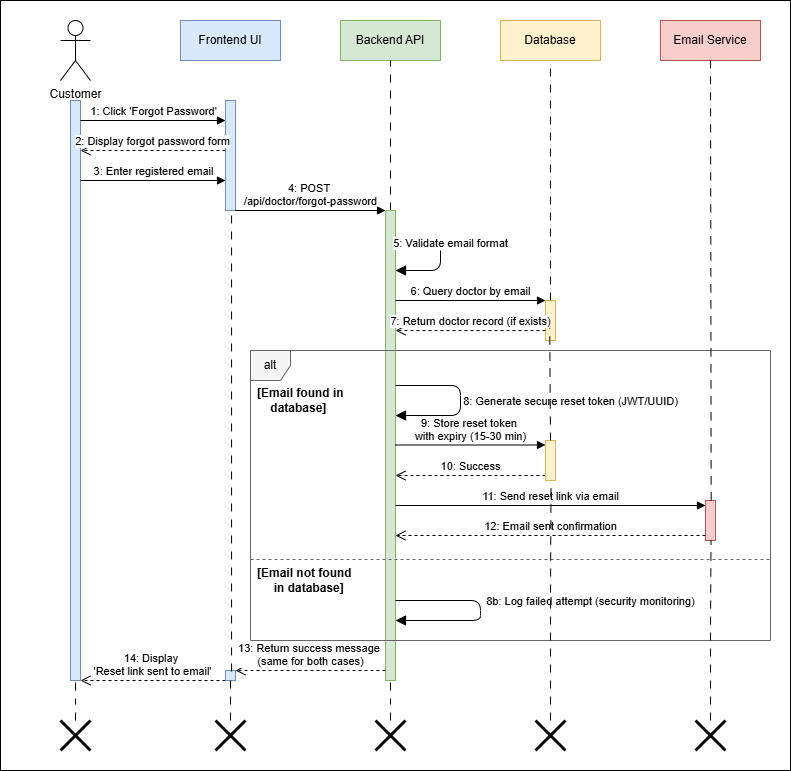
Before: InProgress/Sequence Diagram/Salesperson/forgot password/Forgot-Password-Diagram.png, a diagram exported from draw.io (shah541-g/Fyp-Diagrams). Source tidied: cells renumbered, new cells last; positions are measured from the earlier drawing's top-left corner, leaving out a move shared by most shapes. Its diagram source:
```xml
<mxGraphModel>
  <root>
    <mxCell id="0" />
    <mxCell id="1" parent="0" />
    <mxCell id="2" style="rounded=0;whiteSpace=wrap;html=1;" parent="1" vertex="1">
      <mxGeometry width="790" height="770" as="geometry" />
    </mxCell>
    <mxCell id="3" value="Customer" style="shape=umlActor;verticalLabelPosition=bottom;verticalAlign=top;html=1;" parent="1" vertex="1">
      <mxGeometry x="60" y="20" width="30" height="60" as="geometry" />
    </mxCell>
    <mxCell id="4" style="html=1;perimeter=orthogonalPerimeter;fillColor=#dae8fc;strokeColor=#6c8ebf;" parent="1" vertex="1">
      <mxGeometry x="70" y="100" width="10" height="580" as="geometry" />
    </mxCell>
    <mxCell id="5" value="Frontend UI" style="rounded=0;whiteSpace=wrap;html=1;fillColor=#dae8fc;strokeColor=#6c8ebf;" parent="1" vertex="1">
      <mxGeometry x="180" y="20" width="100" height="40" as="geometry" />
    </mxCell>
    <mxCell id="6" style="html=1;points=[];perimeter=orthogonalPerimeter;fillColor=#dae8fc;strokeColor=#6c8ebf;" parent="1" vertex="1">
      <mxGeometry x="225" y="100" width="10" height="110" as="geometry" />
    </mxCell>
    <mxCell id="7" value="Backend API" style="rounded=0;whiteSpace=wrap;html=1;fillColor=#d5e8d4;strokeColor=#82b366;" parent="1" vertex="1">
      <mxGeometry x="340" y="20" width="100" height="40" as="geometry" />
    </mxCell>
    <mxCell id="8" style="edgeStyle=orthogonalEdgeStyle;rounded=0;jettySize=auto;html=1;entryX=0.5;entryY=1;entryDx=0;entryDy=0;endArrow=none;endFill=0;dashed=1;dashPattern=8 8;" parent="1" edge="1" source="9" target="7">
      <mxGeometry relative="1" as="geometry" />
    </mxCell>
    <mxCell id="9" style="html=1;points=[];perimeter=orthogonalPerimeter;fillColor=#d5e8d4;strokeColor=#82b366;" parent="1" vertex="1">
      <mxGeometry x="385" y="210" width="10" height="470" as="geometry" />
    </mxCell>
    <mxCell id="10" value="Database" style="rounded=0;whiteSpace=wrap;html=1;fillColor=#fff2cc;strokeColor=#d6b656;" parent="1" vertex="1">
      <mxGeometry x="500" y="20" width="100" height="40" as="geometry" />
    </mxCell>
    <mxCell id="11" style="html=1;points=[];perimeter=orthogonalPerimeter;fillColor=#fff2cc;strokeColor=#d6b656;" parent="1" vertex="1">
      <mxGeometry x="545" y="300" width="10" height="40" as="geometry" />
    </mxCell>
    <mxCell id="12" value="Email Service" style="rounded=0;whiteSpace=wrap;html=1;fillColor=#f8cecc;strokeColor=#b85450;" parent="1" vertex="1">
      <mxGeometry x="660" y="20" width="100" height="40" as="geometry" />
    </mxCell>
    <mxCell id="13" style="html=1;points=[];perimeter=orthogonalPerimeter;fillColor=#f8cecc;strokeColor=#b85450;" parent="1" vertex="1">
      <mxGeometry x="705" y="500" width="10" height="40" as="geometry" />
    </mxCell>
    <mxCell id="14" value="1: Click 'Forgot Password'" style="html=1;verticalAlign=bottom;endArrow=block;entryX=0;entryY=0;" parent="1" edge="1">
      <mxGeometry relative="1" as="geometry">
        <mxPoint x="80" y="120" as="sourcePoint" />
        <mxPoint x="225" y="120" as="targetPoint" />
      </mxGeometry>
    </mxCell>
    <mxCell id="15" value="2: Display forgot password form" style="html=1;verticalAlign=bottom;endArrow=open;dashed=1;endSize=8;exitX=0;exitY=0.95;" parent="1" edge="1">
      <mxGeometry relative="1" as="geometry">
        <mxPoint x="225" y="150" as="sourcePoint" />
        <mxPoint x="80" y="150" as="targetPoint" />
      </mxGeometry>
    </mxCell>
    <mxCell id="16" value="3: Enter registered email" style="html=1;verticalAlign=bottom;endArrow=block;" parent="1" edge="1">
      <mxGeometry relative="1" as="geometry">
        <mxPoint x="80" y="180" as="sourcePoint" />
        <mxPoint x="225" y="180" as="targetPoint" />
      </mxGeometry>
    </mxCell>
    <mxCell id="17" value="4: POST&amp;nbsp;&lt;div&gt;/api/doctor/forgot-password&lt;/div&gt;" style="html=1;verticalAlign=bottom;endArrow=block;" parent="1" edge="1">
      <mxGeometry relative="1" as="geometry">
        <mxPoint x="235" y="210" as="sourcePoint" />
        <mxPoint x="385" y="210" as="targetPoint" />
      </mxGeometry>
    </mxCell>
    <mxCell id="18" value="5: Validate email format" style="html=1;verticalAlign=bottom;endArrow=block;endSize=8;exitX=1;exitY=0;entryX=1;entryY=0.3;" parent="1" edge="1">
      <mxGeometry x="-0.05" y="10" relative="1" as="geometry">
        <mxPoint x="395" y="240" as="sourcePoint" />
        <mxPoint x="395" y="270" as="targetPoint" />
        <Array as="points">
          <mxPoint x="440" y="240" />
          <mxPoint x="440" y="270" />
        </Array>
      </mxGeometry>
    </mxCell>
    <mxCell id="19" value="6: Query doctor by email" style="html=1;verticalAlign=bottom;endArrow=block;" parent="1" edge="1">
      <mxGeometry relative="1" as="geometry">
        <mxPoint x="395" y="300" as="sourcePoint" />
        <mxPoint x="545" y="300" as="targetPoint" />
      </mxGeometry>
    </mxCell>
    <mxCell id="20" value="7: Return doctor record (if exists)" style="html=1;verticalAlign=bottom;endArrow=open;dashed=1;endSize=8;" parent="1" edge="1">
      <mxGeometry relative="1" as="geometry">
        <mxPoint x="545" y="330" as="sourcePoint" />
        <mxPoint x="395" y="330" as="targetPoint" />
      </mxGeometry>
    </mxCell>
    <mxCell id="21" value="alt" style="shape=umlFrame;whiteSpace=wrap;html=1;fillColor=#f5f5f5;strokeColor=#666666;width=40;height=30;" parent="1" vertex="1">
      <mxGeometry x="250" y="350" width="520" height="290" as="geometry" />
    </mxCell>
    <mxCell id="22" value="[Email found in&amp;nbsp;&lt;div&gt;&amp;nbsp; &amp;nbsp; database]&lt;/div&gt;" style="text;html=1;strokeColor=none;fillColor=none;align=left;verticalAlign=middle;whiteSpace=wrap;rounded=0;fontStyle=1;" parent="1" vertex="1">
      <mxGeometry x="255" y="390" width="105" height="20" as="geometry" />
    </mxCell>
    <mxCell id="23" value="8: Generate secure reset token (JWT/UUID)" style="html=1;verticalAlign=bottom;endArrow=block;endSize=8;" parent="1" edge="1">
      <mxGeometry x="0.12" y="110" relative="1" as="geometry">
        <mxPoint x="395" y="385" as="sourcePoint" />
        <mxPoint x="395" y="415" as="targetPoint" />
        <Array as="points">
          <mxPoint x="460" y="385" />
          <mxPoint x="460" y="415" />
        </Array>
      </mxGeometry>
    </mxCell>
    <mxCell id="24" value="9: Store reset token&amp;nbsp;&lt;div&gt;with expiry (15-30 min)&lt;/div&gt;" style="html=1;verticalAlign=bottom;endArrow=block;" parent="1" edge="1">
      <mxGeometry relative="1" as="geometry">
        <mxPoint x="395" y="444.5" as="sourcePoint" />
        <mxPoint x="545" y="444.5" as="targetPoint" />
      </mxGeometry>
    </mxCell>
    <mxCell id="25" value="10: Success" style="html=1;verticalAlign=bottom;endArrow=open;dashed=1;endSize=8;" parent="1" edge="1">
      <mxGeometry relative="1" as="geometry">
        <mxPoint x="545" y="475" as="sourcePoint" />
        <mxPoint x="395" y="475" as="targetPoint" />
      </mxGeometry>
    </mxCell>
    <mxCell id="26" value="11: Send reset link via email" style="html=1;verticalAlign=bottom;endArrow=block;" parent="1" edge="1">
      <mxGeometry relative="1" as="geometry">
        <mxPoint x="395" y="505" as="sourcePoint" />
        <mxPoint x="705" y="505" as="targetPoint" />
      </mxGeometry>
    </mxCell>
    <mxCell id="27" value="12: Email sent confirmation" style="html=1;verticalAlign=bottom;endArrow=open;dashed=1;endSize=8;" parent="1" edge="1">
      <mxGeometry relative="1" as="geometry">
        <mxPoint x="705" y="535" as="sourcePoint" />
        <mxPoint x="395" y="535" as="targetPoint" />
      </mxGeometry>
    </mxCell>
    <mxCell id="28" style="line;strokeWidth=1;fillColor=none;align=left;verticalAlign=middle;spacingTop=-1;spacingLeft=3;spacingRight=3;labelPosition=right;strokeColor=#666666;dashed=1;" parent="1" vertex="1">
      <mxGeometry x="250" y="555" width="520" height="8" as="geometry" />
    </mxCell>
    <mxCell id="29" value="[Email not found&amp;nbsp;&lt;div&gt;&amp;nbsp; &amp;nbsp; &amp;nbsp;in database]&lt;/div&gt;" style="text;html=1;strokeColor=none;fillColor=none;align=left;verticalAlign=middle;whiteSpace=wrap;rounded=0;fontStyle=1;" parent="1" vertex="1">
      <mxGeometry x="255" y="570" width="200" height="20" as="geometry" />
    </mxCell>
    <mxCell id="30" value="8b: Log failed attempt (security monitoring)" style="html=1;verticalAlign=bottom;endArrow=block;endSize=8;" parent="1" edge="1">
      <mxGeometry y="110" relative="1" as="geometry">
        <mxPoint x="395" y="600" as="sourcePoint" />
        <mxPoint x="395" y="620" as="targetPoint" />
        <Array as="points">
          <mxPoint x="480" y="600" />
          <mxPoint x="480" y="620" />
        </Array>
      </mxGeometry>
    </mxCell>
    <mxCell id="31" value="13: Return success message&amp;nbsp;&lt;div&gt;(same for both cases)&lt;/div&gt;" style="html=1;verticalAlign=bottom;endArrow=open;dashed=1;endSize=8;" parent="1" edge="1">
      <mxGeometry relative="1" as="geometry">
        <mxPoint x="385" y="670" as="sourcePoint" />
        <mxPoint x="235" y="670" as="targetPoint" />
      </mxGeometry>
    </mxCell>
    <mxCell id="32" value="14: Display&amp;nbsp;&lt;div&gt;'Reset link sent to email'&lt;/div&gt;" style="html=1;verticalAlign=bottom;endArrow=open;dashed=1;endSize=8;" parent="1" edge="1">
      <mxGeometry relative="1" as="geometry">
        <mxPoint x="225" y="680" as="sourcePoint" />
        <mxPoint x="80" y="680" as="targetPoint" />
      </mxGeometry>
    </mxCell>
    <mxCell id="33" style="html=1;points=[];perimeter=orthogonalPerimeter;fillColor=#fff2cc;strokeColor=#d6b656;" parent="1" vertex="1">
      <mxGeometry x="545" y="440" width="10" height="40" as="geometry" />
    </mxCell>
    <mxCell id="34" style="html=1;points=[];perimeter=orthogonalPerimeter;fillColor=#dae8fc;strokeColor=#6c8ebf;" parent="1" vertex="1">
      <mxGeometry x="225" y="670" width="10" height="10" as="geometry" />
    </mxCell>
    <mxCell id="35" style="endArrow=none;html=1;rounded=0;entryX=0.5;entryY=1;entryDx=0;entryDy=0;dashed=1;dashPattern=8 8;" parent="1" edge="1" target="10">
      <mxGeometry relative="1" as="geometry">
        <mxPoint x="550" y="300" as="sourcePoint" />
      </mxGeometry>
    </mxCell>
    <mxCell id="36" style="endArrow=none;html=1;rounded=0;exitX=0.5;exitY=0;exitDx=0;exitDy=0;exitPerimeter=0;entryX=0.42;entryY=0.68;entryDx=0;entryDy=0;entryPerimeter=0;dashed=1;dashPattern=8 8;" parent="1" edge="1" source="33" target="11">
      <mxGeometry relative="1" as="geometry" />
    </mxCell>
    <mxCell id="37" style="endArrow=none;html=1;rounded=0;exitX=0.567;exitY=-0.004;exitDx=0;exitDy=0;exitPerimeter=0;entryX=0.5;entryY=1;entryDx=0;entryDy=0;dashed=1;dashPattern=8 8;" parent="1" edge="1" source="13" target="12">
      <mxGeometry relative="1" as="geometry" />
    </mxCell>
    <mxCell id="38" style="endArrow=none;html=1;rounded=0;entryX=0.607;entryY=1.008;entryDx=0;entryDy=0;entryPerimeter=0;exitX=0.607;exitY=0.1;exitDx=0;exitDy=0;exitPerimeter=0;dashed=1;dashPattern=8 8;" parent="1" edge="1" source="34" target="6">
      <mxGeometry relative="1" as="geometry" />
    </mxCell>
    <mxCell id="39" style="edgeStyle=orthogonalEdgeStyle;rounded=0;jettySize=auto;html=1;endArrow=none;endFill=0;dashed=1;dashPattern=8 8;" parent="1" edge="1" source="40" target="34">
      <mxGeometry relative="1" as="geometry" />
    </mxCell>
    <mxCell id="40" style="shape=umlDestroy;whiteSpace=wrap;html=1;strokeWidth=3;targetShapes=umlLifeline;" parent="1" vertex="1">
      <mxGeometry x="215" y="720" width="30" height="30" as="geometry" />
    </mxCell>
    <mxCell id="41" style="edgeStyle=orthogonalEdgeStyle;rounded=0;jettySize=auto;html=1;endArrow=none;endFill=0;dashed=1;dashPattern=8 8;" parent="1" edge="1" source="42">
      <mxGeometry relative="1" as="geometry">
        <mxPoint x="75" y="680" as="targetPoint" />
      </mxGeometry>
    </mxCell>
    <mxCell id="42" style="shape=umlDestroy;whiteSpace=wrap;html=1;strokeWidth=3;targetShapes=umlLifeline;" parent="1" vertex="1">
      <mxGeometry x="60" y="720" width="30" height="30" as="geometry" />
    </mxCell>
    <mxCell id="43" style="edgeStyle=orthogonalEdgeStyle;rounded=0;jettySize=auto;html=1;endArrow=none;endFill=0;dashed=1;dashPattern=8 8;" parent="1" edge="1" source="44">
      <mxGeometry relative="1" as="geometry">
        <mxPoint x="390" y="680" as="targetPoint" />
      </mxGeometry>
    </mxCell>
    <mxCell id="44" style="shape=umlDestroy;whiteSpace=wrap;html=1;strokeWidth=3;targetShapes=umlLifeline;" parent="1" vertex="1">
      <mxGeometry x="375" y="720" width="30" height="30" as="geometry" />
    </mxCell>
    <mxCell id="45" style="edgeStyle=orthogonalEdgeStyle;rounded=0;jettySize=auto;html=1;endArrow=none;endFill=0;dashed=1;dashPattern=8 8;entryX=0.552;entryY=0.992;entryDx=0;entryDy=0;entryPerimeter=0;" parent="1" edge="1" source="46" target="13">
      <mxGeometry relative="1" as="geometry" />
    </mxCell>
    <mxCell id="46" style="shape=umlDestroy;whiteSpace=wrap;html=1;strokeWidth=3;targetShapes=umlLifeline;" parent="1" vertex="1">
      <mxGeometry x="695" y="720" width="30" height="30" as="geometry" />
    </mxCell>
    <mxCell id="47" style="edgeStyle=orthogonalEdgeStyle;rounded=0;jettySize=auto;html=1;endArrow=none;endFill=0;dashed=1;dashPattern=8 8;entryX=0.551;entryY=1.033;entryDx=0;entryDy=0;entryPerimeter=0;" parent="1" edge="1" source="48" target="33">
      <mxGeometry relative="1" as="geometry" />
    </mxCell>
    <mxCell id="48" style="shape=umlDestroy;whiteSpace=wrap;html=1;strokeWidth=3;targetShapes=umlLifeline;" parent="1" vertex="1">
      <mxGeometry x="535" y="720" width="30" height="30" as="geometry" />
    </mxCell>
  </root>
</mxGraphModel>
```
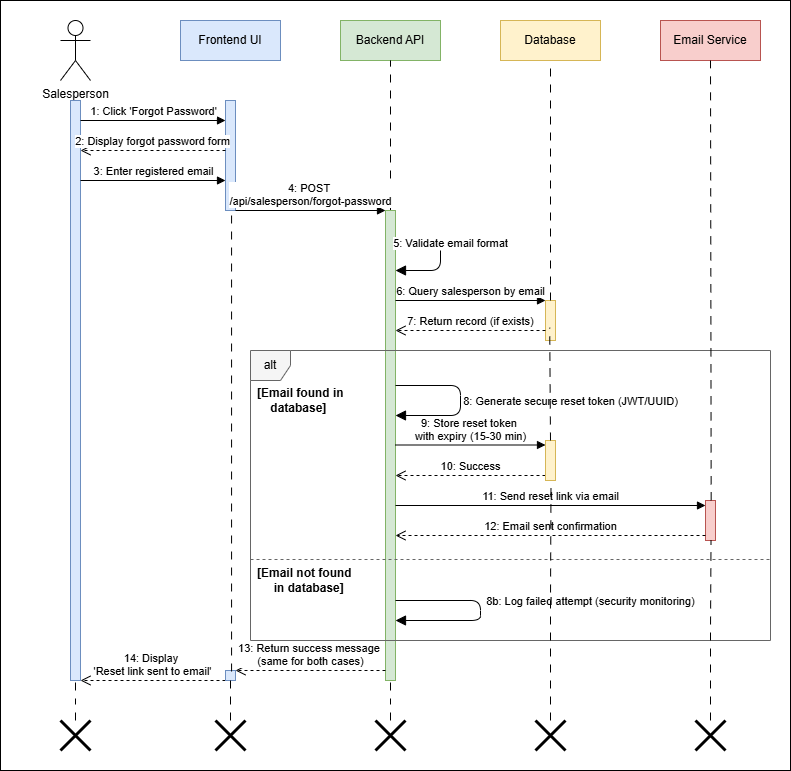
After the commit.

Diff of the diagram source:
```diff
@@ -5,7 +5,7 @@
     <mxCell id="2" style="rounded=0;whiteSpace=wrap;html=1;" parent="1" vertex="1">
       <mxGeometry width="790" height="770" as="geometry" />
     </mxCell>
-    <mxCell id="3" value="Customer" style="shape=umlActor;verticalLabelPosition=bottom;verticalAlign=top;html=1;" parent="1" vertex="1">
+    <mxCell id="3" value="Salesperson" style="shape=umlActor;verticalLabelPosition=bottom;verticalAlign=top;html=1;" parent="1" vertex="1">
       <mxGeometry x="60" y="20" width="30" height="60" as="geometry" />
     </mxCell>
     <mxCell id="4" style="html=1;perimeter=orthogonalPerimeter;fillColor=#dae8fc;strokeColor=#6c8ebf;" parent="1" vertex="1">
@@ -56,7 +56,7 @@
         <mxPoint x="225" y="180" as="targetPoint" />
       </mxGeometry>
     </mxCell>
-    <mxCell id="17" value="4: POST&amp;nbsp;&lt;div&gt;/api/doctor/forgot-password&lt;/div&gt;" style="html=1;verticalAlign=bottom;endArrow=block;" parent="1" edge="1">
+    <mxCell id="17" value="4: POST&amp;nbsp;&lt;div&gt;/api/salesperson/forgot-password&lt;/div&gt;" style="html=1;verticalAlign=bottom;endArrow=block;" parent="1" edge="1">
       <mxGeometry relative="1" as="geometry">
         <mxPoint x="235" y="210" as="sourcePoint" />
         <mxPoint x="385" y="210" as="targetPoint" />
@@ -72,13 +72,13 @@
         </Array>
       </mxGeometry>
     </mxCell>
-    <mxCell id="19" value="6: Query doctor by email" style="html=1;verticalAlign=bottom;endArrow=block;" parent="1" edge="1">
+    <mxCell id="19" value="6: Query salesperson by email" style="html=1;verticalAlign=bottom;endArrow=block;" parent="1" edge="1">
       <mxGeometry relative="1" as="geometry">
         <mxPoint x="395" y="300" as="sourcePoint" />
         <mxPoint x="545" y="300" as="targetPoint" />
       </mxGeometry>
     </mxCell>
-    <mxCell id="20" value="7: Return doctor record (if exists)" style="html=1;verticalAlign=bottom;endArrow=open;dashed=1;endSize=8;" parent="1" edge="1">
+    <mxCell id="20" value="7: Return record (if exists)" style="html=1;verticalAlign=bottom;endArrow=open;dashed=1;endSize=8;" parent="1" edge="1">
       <mxGeometry relative="1" as="geometry">
         <mxPoint x="545" y="330" as="sourcePoint" />
         <mxPoint x="395" y="330" as="targetPoint" />
```
